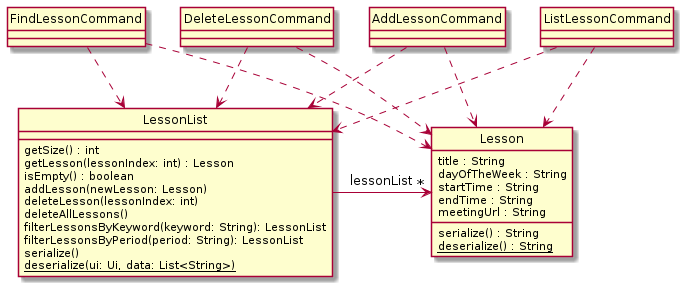
This is docs/images/LessonComponentDiagram.png from nus-cs2113-AY2122S1/tp, a PlantUML export, as it was before one commit.
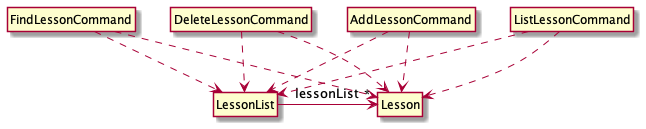
The same file after the commit.

Commit message:
Remove attributes from model component UML diagram

What changed in the source:
```diff
@@ -2,31 +2,12 @@
 hide circle
 skinparam classAttributeIconSize 0
 
-class Lesson {
-    title : String
-    dayOfTheWeek : String
-    startTime : String
-    endTime : String
-    meetingUrl : String
-
-    serialize() : String
-    {static} deserialize() : String
-}
-
-class LessonList {
-    getSize() : int
-    getLesson(lessonIndex: int) : Lesson
-    isEmpty() : boolean
-    addLesson(newLesson: Lesson)
-    deleteLesson(lessonIndex: int)
-    deleteAllLessons()
-    filterLessonsByKeyword(keyword: String): LessonList
-    filterLessonsByPeriod(period: String): LessonList
-    serialize()
-    {static} deserialize(ui: Ui, data: List<String>)
-}
+class Lesson
+class LessonList
 
 LessonList -> "*" Lesson : lessonList
+
+hide members
 
 class AddLessonCommand
 class DeleteLessonCommand
```
